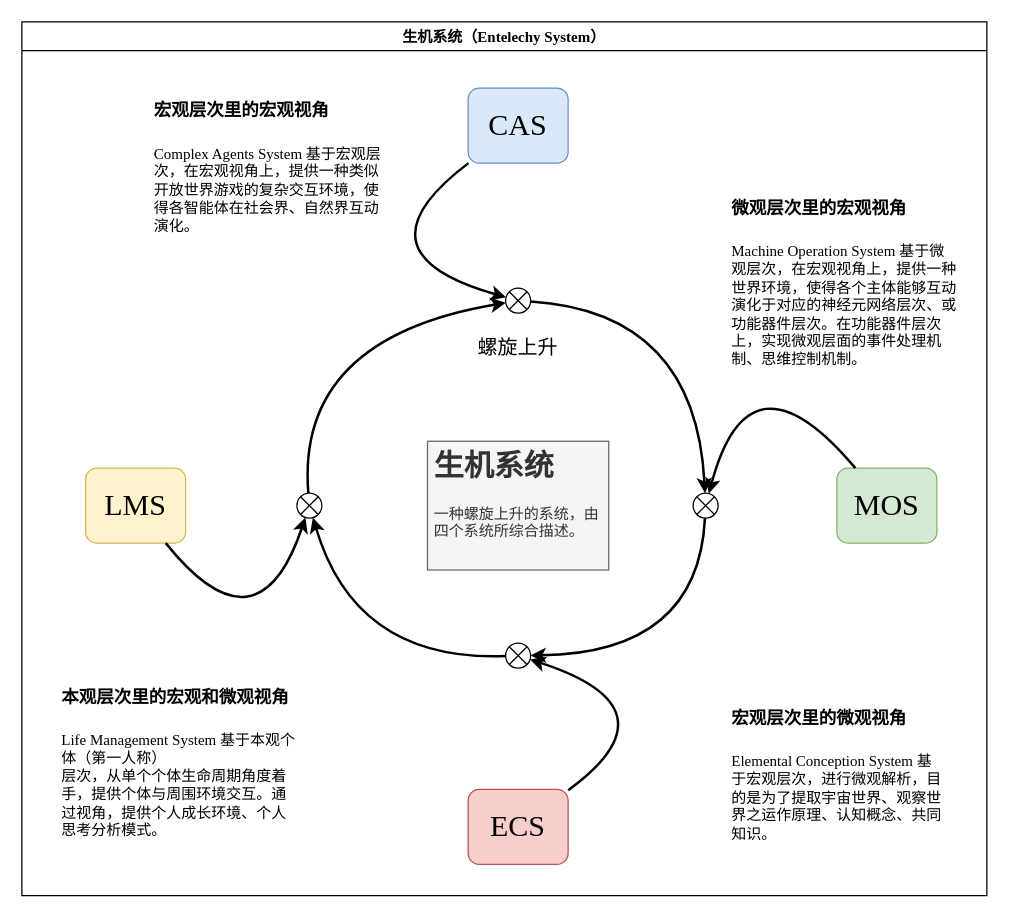
Above: Theory/总体分析框架.drawio in EntelechySystem/EntelechySystem_theory (draw.io), before the change. Source tidied: cells renumbered, new cells numbered last; positions are measured from the earlier drawing's top-left corner, leaving out a move shared by most shapes. Both pictures are drawn from the tidied source at 125%, with x=0, y=0 at pixel (21, 21).
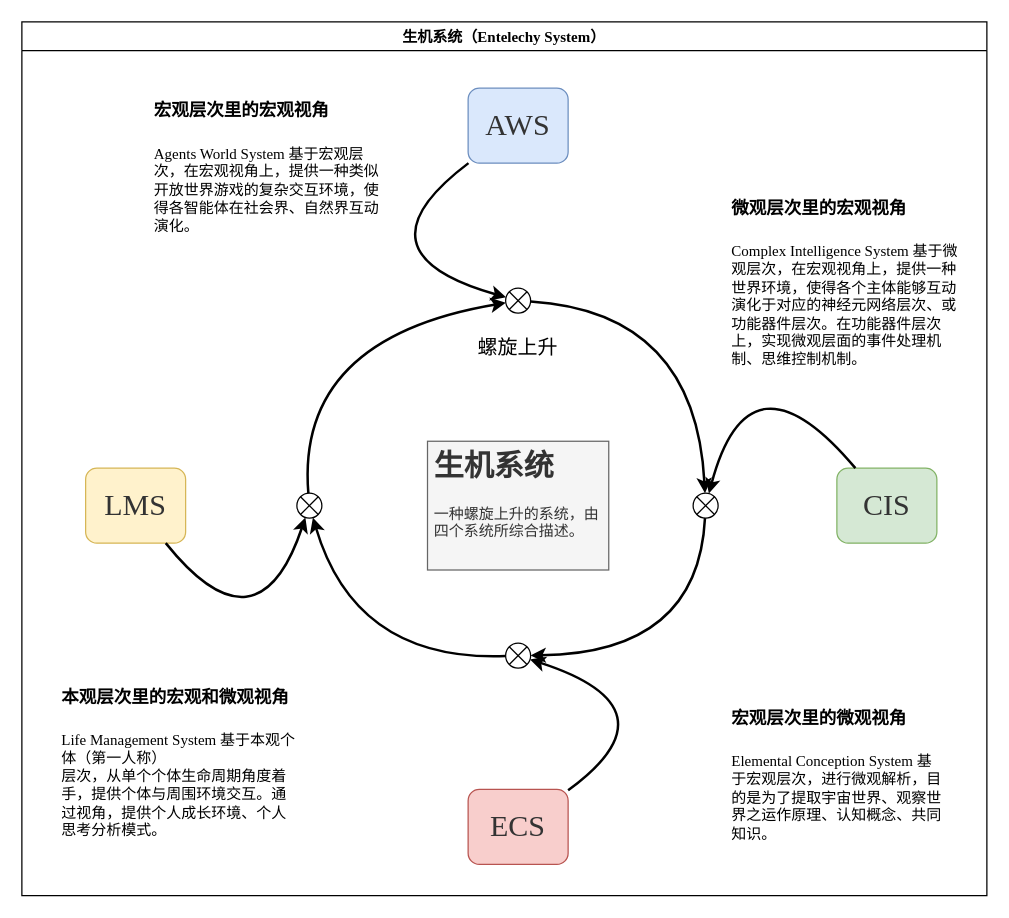
Above is the later version.

The change refers to these unchanged cells:
```xml
<mxCell id="2" value="生机系统（Entelechy System）" style="swimlane;fontFamily=Times New Roman;fontSize=12;" parent="1" vertex="1">
  <mxGeometry width="772" height="699" as="geometry" />
</mxCell>
```

Change to the diagram source:
```diff
@@
-    <mxCell id="3" value="CAS" style="rounded=1;whiteSpace=wrap;html=1;fontFamily=Times New Roman;fontSize=24;fillColor=#dae8fc;strokeColor=#6c8ebf;" parent="2" vertex="1">
+    <mxCell id="3" value="AWS" style="rounded=1;whiteSpace=wrap;html=1;fontFamily=Times New Roman;fontSize=24;fillColor=#dae8fc;strokeColor=#6c8ebf;fontColor=#333333;" parent="2" vertex="1">
       <mxGeometry x="357" y="53" width="80" height="60" as="geometry" />
     </mxCell>
-    <mxCell id="4" value="&lt;h1 style=&quot;&quot;&gt;&lt;font style=&quot;font-size: 14px;&quot;&gt;宏观层次里的宏观视角&lt;/font&gt;&lt;/h1&gt;&lt;p style=&quot;font-size: 12px;&quot;&gt;Complex Agents System 基于宏观层次，在宏观视角上，提供一种类似开放世界游戏的复杂交互环境，使得各智能体在社会界、自然界互动演化。&lt;/p&gt;" style="text;html=1;strokeColor=none;fillColor=none;spacing=5;spacingTop=-20;whiteSpace=wrap;overflow=hidden;rounded=0;fontFamily=Times New Roman;fontSize=12;" parent="2" vertex="1">
+    <mxCell id="4" value="&lt;h1 style=&quot;&quot;&gt;&lt;font style=&quot;font-size: 14px;&quot;&gt;宏观层次里的宏观视角&lt;/font&gt;&lt;/h1&gt;&lt;p style=&quot;font-size: 12px;&quot;&gt;Agents World System 基于宏观层次，在宏观视角上，提供一种类似开放世界游戏的复杂交互环境，使得各智能体在社会界、自然界互动演化。&lt;/p&gt;" style="text;html=1;strokeColor=none;fillColor=none;spacing=5;spacingTop=-20;whiteSpace=wrap;overflow=hidden;rounded=0;fontFamily=Times New Roman;fontSize=12;" parent="2" vertex="1">
       <mxGeometry x="101" y="48" width="198" height="125" as="geometry" />
     </mxCell>
@@
-    <mxCell id="9" value="ECS" style="rounded=1;whiteSpace=wrap;html=1;fontFamily=Times New Roman;fontSize=24;fillColor=#f8cecc;strokeColor=#b85450;" parent="2" vertex="1">
+    <mxCell id="9" value="ECS" style="rounded=1;whiteSpace=wrap;html=1;fontFamily=Times New Roman;fontSize=24;fillColor=#f8cecc;strokeColor=#b85450;fontColor=#333333;" parent="2" vertex="1">
       <mxGeometry x="357" y="614" width="80" height="60" as="geometry" />
     </mxCell>
@@
-    <mxCell id="11" value="&lt;h1 style=&quot;&quot;&gt;&lt;font style=&quot;font-size: 14px;&quot;&gt;微观层次里的宏观视角&lt;/font&gt;&lt;/h1&gt;&lt;p style=&quot;font-size: 12px;&quot;&gt;Machine Operation System 基于微观层次，在宏观视角上，提供一种世界环境，使得各个主体能够互动演化于对应的神经元网络层次、或功能器件层次。在功能器件层次上，实现微观层面的事件处理机制、思维控制机制。&lt;/p&gt;" style="text;html=1;strokeColor=none;fillColor=none;spacing=5;spacingTop=-20;whiteSpace=wrap;overflow=hidden;rounded=0;fontFamily=Times New Roman;fontSize=12;" parent="2" vertex="1">
+    <mxCell id="11" value="&lt;h1 style=&quot;&quot;&gt;&lt;font style=&quot;font-size: 14px;&quot;&gt;微观层次里的宏观视角&lt;/font&gt;&lt;/h1&gt;&lt;p style=&quot;font-size: 12px;&quot;&gt;Complex Intelligence System 基于微观层次，在宏观视角上，提供一种世界环境，使得各个主体能够互动演化于对应的神经元网络层次、或功能器件层次。在功能器件层次上，实现微观层面的事件处理机制、思维控制机制。&lt;/p&gt;" style="text;html=1;strokeColor=none;fillColor=none;spacing=5;spacingTop=-20;whiteSpace=wrap;overflow=hidden;rounded=0;fontFamily=Times New Roman;fontSize=12;" parent="2" vertex="1">
       <mxGeometry x="563" y="126" width="190" height="162" as="geometry" />
     </mxCell>
@@
-    <mxCell id="14" value="LMS" style="rounded=1;whiteSpace=wrap;html=1;fontFamily=Times New Roman;fontSize=24;fillColor=#fff2cc;strokeColor=#d6b656;" parent="2" vertex="1">
+    <mxCell id="14" value="LMS" style="rounded=1;whiteSpace=wrap;html=1;fontFamily=Times New Roman;fontSize=24;fillColor=#fff2cc;strokeColor=#d6b656;fontColor=#333333;" parent="2" vertex="1">
       <mxGeometry x="51" y="357" width="80" height="60" as="geometry" />
     </mxCell>
@@
-    <mxCell id="16" value="MOS" style="rounded=1;whiteSpace=wrap;html=1;fontFamily=Times New Roman;fontSize=24;fillColor=#d5e8d4;strokeColor=#82b366;" parent="2" vertex="1">
+    <mxCell id="16" value="CIS" style="rounded=1;whiteSpace=wrap;html=1;fontFamily=Times New Roman;fontSize=24;fillColor=#d5e8d4;strokeColor=#82b366;fontColor=#333333;" parent="2" vertex="1">
       <mxGeometry x="652" y="357" width="80" height="60" as="geometry" />
     </mxCell>
```
